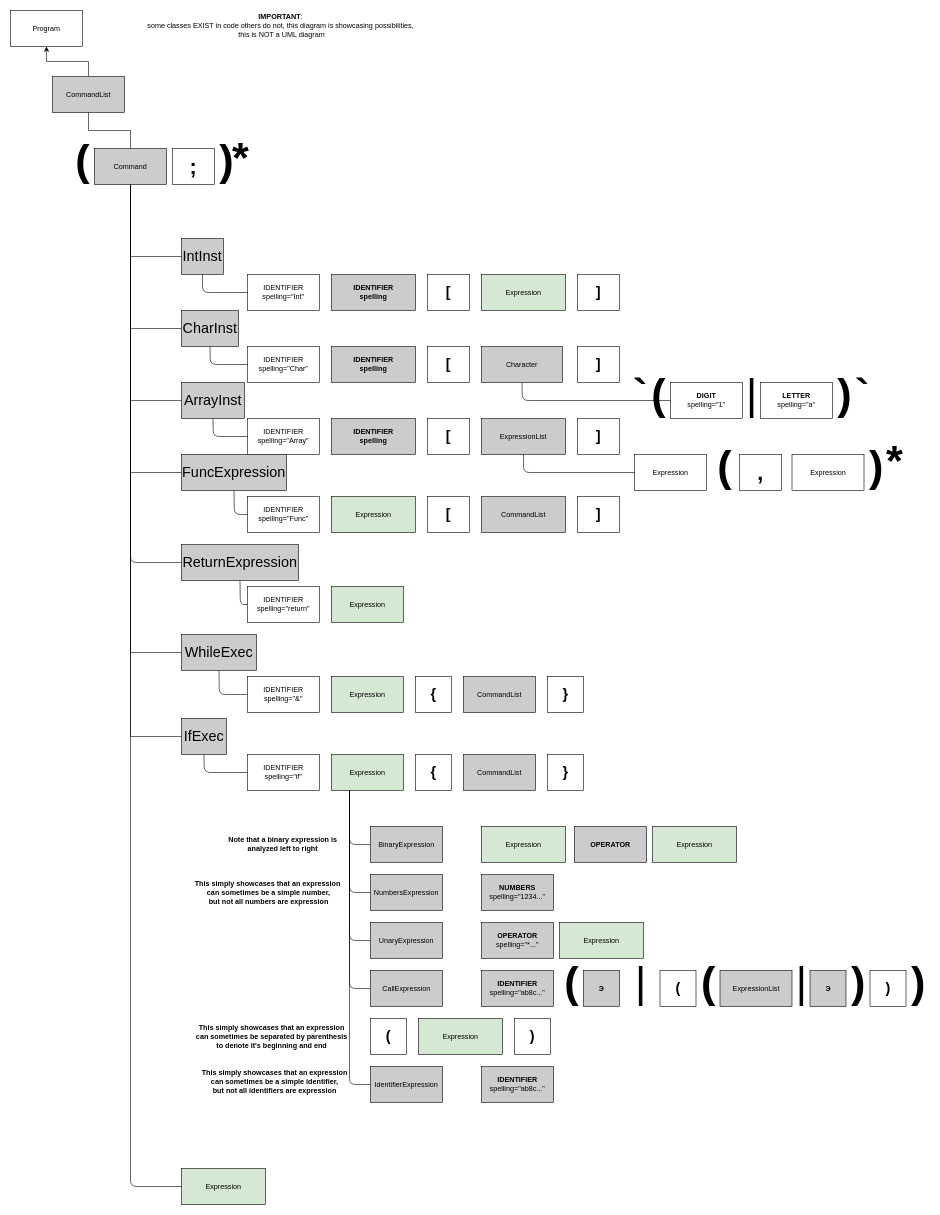
mungiu/CMC keeps this draw.io diagram as Assignments/EST Diagram WIP.drawio. Above is the earlier version. Source tidied: cells renumbered, new cells numbered last; positions are measured from the earlier drawing's top-left corner, leaving out a move shared by most shapes. Both pictures are drawn from the tidied source at 60%, with x=0, y=0 at pixel (10, 10).
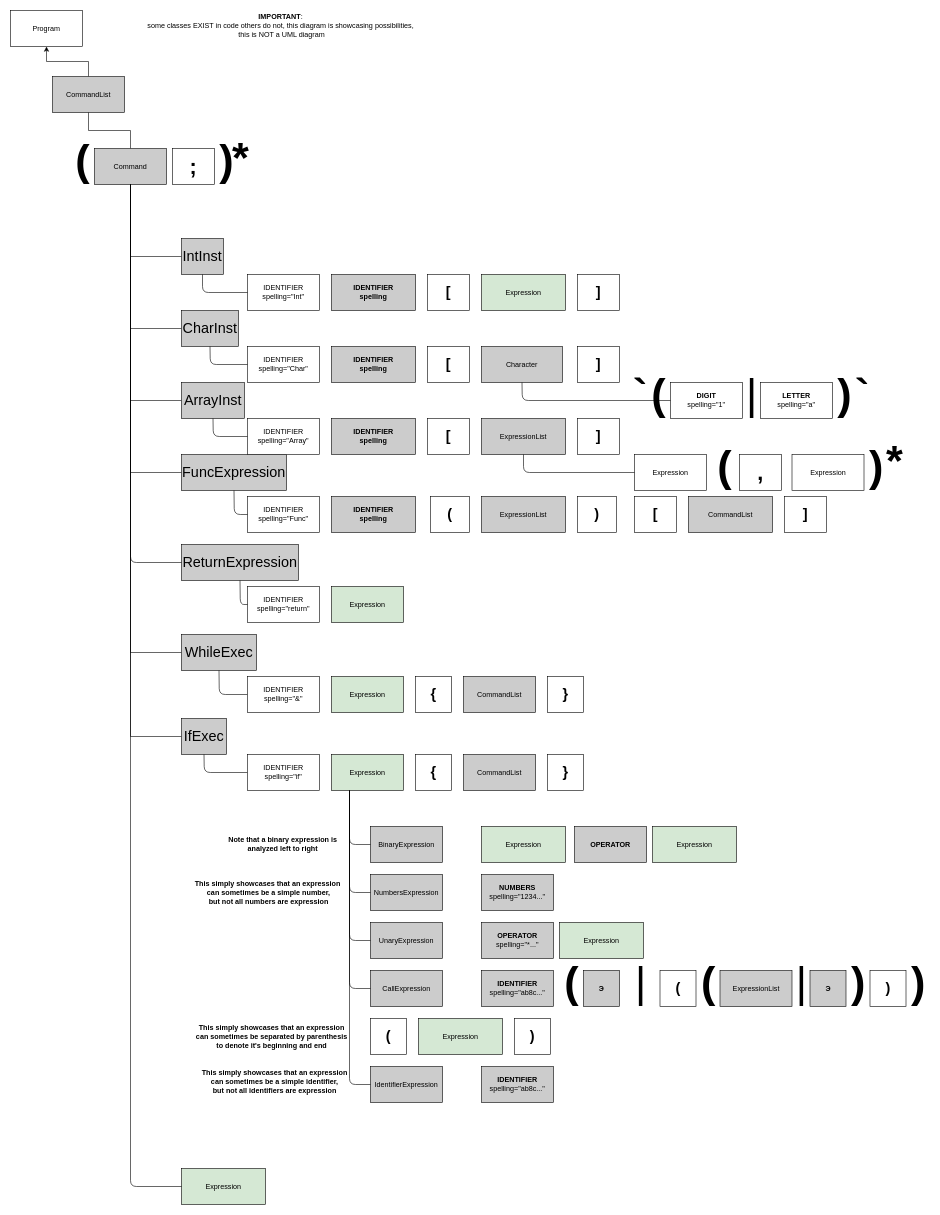
Above is the later version.

Commit message (it also covers changes not shown here):
Grammar correction of Func

The edit, as a diff of the source:
```diff
@@
     <mxCell id="16" value="&lt;span&gt;CommandList&lt;/span&gt;" style="rounded=0;whiteSpace=wrap;html=1;fontStyle=0;fillColor=#CCCCCC;" parent="1" vertex="1">
-      <mxGeometry x="785" y="810" width="140" height="60" as="geometry" />
+      <mxGeometry x="1130" y="810" width="140" height="60" as="geometry" />
     </mxCell>
@@
     <mxCell id="60" value="&lt;font style=&quot;font-size: 24px&quot;&gt;[&lt;/font&gt;" style="rounded=0;whiteSpace=wrap;html=1;fontStyle=1;" parent="1" vertex="1">
-      <mxGeometry x="695" y="810" width="70" height="60" as="geometry" />
+      <mxGeometry x="1040" y="810" width="70" height="60" as="geometry" />
     </mxCell>
@@
     <mxCell id="64" value="&lt;font style=&quot;font-size: 24px&quot;&gt;]&lt;/font&gt;" style="rounded=0;whiteSpace=wrap;html=1;fontStyle=1;" parent="1" vertex="1">
-      <mxGeometry x="945" y="810" width="70" height="60" as="geometry" />
+      <mxGeometry x="1290" y="810" width="70" height="60" as="geometry" />
     </mxCell>
@@
-    <mxCell id="78" value="Expression" style="rounded=0;whiteSpace=wrap;html=1;fontStyle=0;fillColor=#D5E8D4;" parent="1" vertex="1">
-      <mxGeometry x="535" y="810" width="140" height="60" as="geometry" />
-    </mxCell>
@@
+    <mxCell id="118" value="&lt;span&gt;IDENTIFIER&lt;br&gt;spelling&lt;br&gt;&lt;/span&gt;" style="rounded=0;whiteSpace=wrap;html=1;fontStyle=1;fillColor=#CCCCCC;" parent="1" vertex="1">
+      <mxGeometry x="535" y="810" width="140" height="60" as="geometry" />
+    </mxCell>
+    <mxCell id="119" value="&lt;font style=&quot;font-size: 24px&quot;&gt;(&lt;/font&gt;" style="rounded=0;whiteSpace=wrap;html=1;fontStyle=1;" parent="1" vertex="1">
+      <mxGeometry x="700" y="810" width="65" height="60" as="geometry" />
+    </mxCell>
+    <mxCell id="120" value="ExpressionList" style="rounded=0;whiteSpace=wrap;html=1;fontStyle=0;fillColor=#CCCCCC;" parent="1" vertex="1">
+      <mxGeometry x="785" y="810" width="140" height="60" as="geometry" />
+    </mxCell>
+    <mxCell id="121" value="&lt;font style=&quot;font-size: 24px&quot;&gt;)&lt;/font&gt;" style="rounded=0;whiteSpace=wrap;html=1;fontStyle=1;" parent="1" vertex="1">
+      <mxGeometry x="945" y="810" width="65" height="60" as="geometry" />
+    </mxCell>
```
